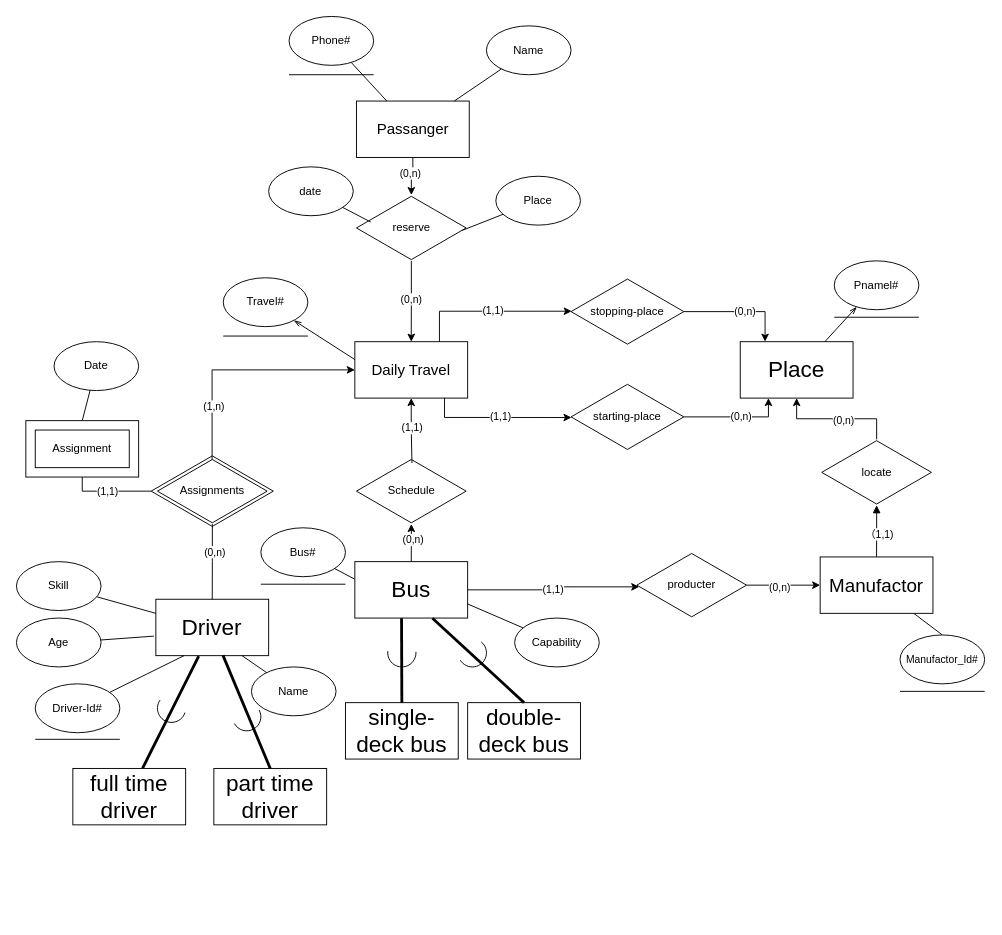
turswiming/drawio_file keeps this draw.io diagram as page "QB_1" (2 of 3) of databasemgrCourse/assignment1.drawio. Above is the earlier version. Source tidied: cells renumbered, new cells numbered last; positions are measured from the earlier drawing's top-left corner, leaving out a move shared by most shapes. Both pictures are drawn from the tidied source at 94%, with x=0, y=0 at pixel (16, 16).
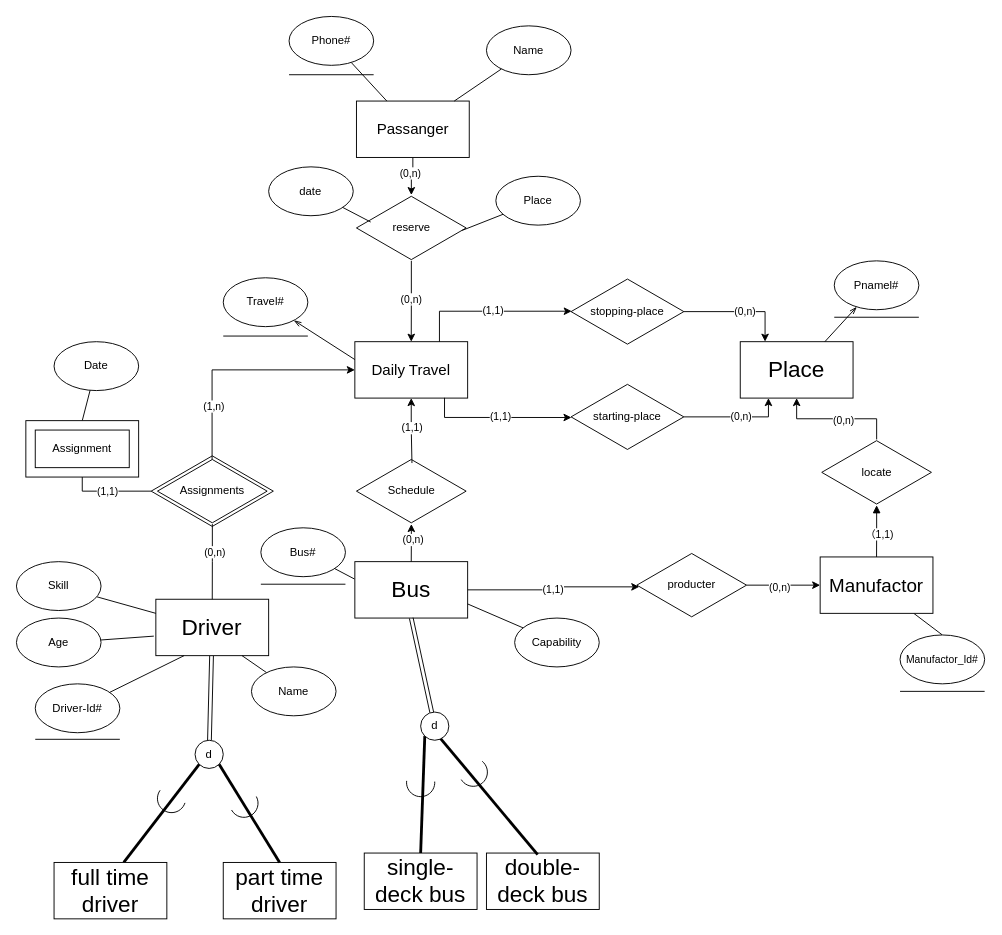
Above is the later version.

The change refers to these unchanged cells:
```xml
<mxCell id="3" value="&lt;font style=&quot;font-size: 24px;&quot;&gt;Bus&lt;/font&gt;" style="rounded=0;whiteSpace=wrap;html=1;" parent="1" vertex="1">
  <mxGeometry x="360" y="580" width="120" height="60" as="geometry" />
</mxCell>
<mxCell id="7" value="&lt;font style=&quot;font-size: 24px;&quot;&gt;Driver&lt;/font&gt;" style="rounded=0;whiteSpace=wrap;html=1;" parent="1" vertex="1">
  <mxGeometry x="148.3" y="620" width="120" height="60" as="geometry" />
</mxCell>
```

Change to the diagram source:
```diff
@@
-    <mxCell id="6" style="rounded=0;jettySize=auto;html=1;strokeWidth=3;endArrow=none;endFill=0;exitX=0.38;exitY=1.007;exitDx=0;exitDy=0;exitPerimeter=0;entryX=0.618;entryY=-0.002;entryDx=0;entryDy=0;entryPerimeter=0;" parent="1" edge="1" source="7" target="68">
+    <mxCell id="6" style="rounded=0;jettySize=auto;html=1;strokeWidth=3;endArrow=none;endFill=0;entryX=0.618;entryY=-0.002;entryDx=0;entryDy=0;entryPerimeter=0;exitX=0;exitY=1;exitDx=0;exitDy=0;" parent="1" edge="1" source="95" target="68">
       <mxGeometry relative="1" as="geometry" />
     </mxCell>
+    <mxCell id="94" style="rounded=0;jettySize=auto;html=1;endArrow=none;endFill=0;shape=link;" parent="1" edge="1" source="7" target="95">
+      <mxGeometry relative="1" as="geometry" />
+    </mxCell>
@@
     <mxCell id="68" value="&lt;font style=&quot;font-size: 24px;&quot;&gt;full time driver&lt;/font&gt;" style="rounded=0;whiteSpace=wrap;html=1;" parent="1" vertex="1">
-      <mxGeometry x="60" y="800" width="120" height="60" as="geometry" />
+      <mxGeometry x="40" y="900" width="120" height="60" as="geometry" />
     </mxCell>
     <mxCell id="69" value="&lt;font style=&quot;font-size: 24px;&quot;&gt;part time driver&lt;/font&gt;" style="rounded=0;whiteSpace=wrap;html=1;" parent="1" vertex="1">
-      <mxGeometry x="210" y="800" width="120" height="60" as="geometry" />
+      <mxGeometry x="220" y="900" width="120" height="60" as="geometry" />
     </mxCell>
-    <mxCell id="70" style="rounded=0;jettySize=auto;html=1;strokeWidth=3;endArrow=none;endFill=0;exitX=0.595;exitY=0.995;exitDx=0;exitDy=0;exitPerimeter=0;entryX=0.5;entryY=0;entryDx=0;entryDy=0;" parent="1" edge="1" source="7" target="69">
+    <mxCell id="70" style="rounded=0;jettySize=auto;html=1;strokeWidth=3;endArrow=none;endFill=0;entryX=0.5;entryY=0;entryDx=0;entryDy=0;exitX=1;exitY=1;exitDx=0;exitDy=0;" parent="1" edge="1" source="95" target="69">
       <mxGeometry relative="1" as="geometry" />
     </mxCell>
     <mxCell id="71" value="&lt;font style=&quot;font-size: 24px;&quot;&gt;single-deck bus&lt;/font&gt;" style="rounded=0;whiteSpace=wrap;html=1;" parent="1" vertex="1">
-      <mxGeometry x="350" y="730" width="120" height="60" as="geometry" />
+      <mxGeometry x="370" y="890" width="120" height="60" as="geometry" />
     </mxCell>
     <mxCell id="72" value="&lt;font style=&quot;font-size: 24px;&quot;&gt;double-deck bus&lt;/font&gt;" style="rounded=0;whiteSpace=wrap;html=1;" parent="1" vertex="1">
-      <mxGeometry x="480" y="730" width="120" height="60" as="geometry" />
+      <mxGeometry x="500" y="890" width="120" height="60" as="geometry" />
     </mxCell>
-    <mxCell id="73" style="rounded=0;jettySize=auto;html=1;strokeWidth=3;endArrow=none;endFill=0;exitX=0.414;exitY=1.004;exitDx=0;exitDy=0;exitPerimeter=0;entryX=0.5;entryY=0;entryDx=0;entryDy=0;" parent="1" edge="1" source="3" target="71">
+    <mxCell id="73" style="rounded=0;jettySize=auto;html=1;strokeWidth=3;endArrow=none;endFill=0;exitX=0;exitY=1;exitDx=0;exitDy=0;entryX=0.5;entryY=0;entryDx=0;entryDy=0;" parent="1" edge="1" source="97" target="71">
       <mxGeometry relative="1" as="geometry" />
     </mxCell>
-    <mxCell id="74" style="rounded=0;jettySize=auto;html=1;strokeWidth=3;endArrow=none;endFill=0;exitX=0.688;exitY=1.003;exitDx=0;exitDy=0;exitPerimeter=0;entryX=0.5;entryY=0;entryDx=0;entryDy=0;" parent="1" edge="1" source="3" target="72">
+    <mxCell id="74" style="rounded=0;jettySize=auto;html=1;strokeWidth=3;endArrow=none;endFill=0;exitX=0.671;exitY=0.895;exitDx=0;exitDy=0;entryX=0.454;entryY=0.029;entryDx=0;entryDy=0;exitPerimeter=0;entryPerimeter=0;" parent="1" edge="1" source="97" target="72">
       <mxGeometry relative="1" as="geometry" />
     </mxCell>
@@
     <mxCell id="90" style="verticalLabelPosition=bottom;verticalAlign=top;html=1;shape=mxgraph.basic.arc;startAngle=0.3;endAngle=0.8493614271007563;" parent="1" vertex="1">
-      <mxGeometry x="150" y="721" width="30" height="30" as="geometry" />
+      <mxGeometry x="150" y="817" width="30" height="30" as="geometry" />
     </mxCell>
     <mxCell id="91" style="verticalLabelPosition=bottom;verticalAlign=top;html=1;shape=mxgraph.basic.arc;startAngle=0.17113050160726945;endAngle=0.6702919322796015;" parent="1" vertex="1">
-      <mxGeometry x="230" y="730" width="30" height="30" as="geometry" />
+      <mxGeometry x="227" y="822" width="30" height="30" as="geometry" />
     </mxCell>
     <mxCell id="92" style="verticalLabelPosition=bottom;verticalAlign=top;html=1;shape=mxgraph.basic.arc;startAngle=0.23904114936378454;endAngle=0.7690077039239749;" parent="1" vertex="1">
-      <mxGeometry x="395" y="662" width="30" height="30" as="geometry" />
+      <mxGeometry x="415" y="800" width="30" height="30" as="geometry" />
     </mxCell>
     <mxCell id="93" style="verticalLabelPosition=bottom;verticalAlign=top;html=1;shape=mxgraph.basic.arc;startAngle=0.10913724128472323;endAngle=0.661982311978176;" parent="1" vertex="1">
-      <mxGeometry x="470" y="662" width="30" height="30" as="geometry" />
+      <mxGeometry x="471" y="789" width="30" height="30" as="geometry" />
     </mxCell>
+    <mxCell id="95" value="d" style="ellipse;whiteSpace=wrap;html=1;" parent="1" vertex="1">
+      <mxGeometry x="190" y="770" width="30" height="30" as="geometry" />
+    </mxCell>
+    <mxCell id="96" style="rounded=0;jettySize=auto;html=1;endArrow=none;endFill=0;shape=link;exitX=0.5;exitY=1;exitDx=0;exitDy=0;" parent="1" edge="1" source="3" target="97">
+      <mxGeometry relative="1" as="geometry" />
+    </mxCell>
+    <mxCell id="97" value="d" style="ellipse;whiteSpace=wrap;html=1;" parent="1" vertex="1">
+      <mxGeometry x="430" y="740" width="30" height="30" as="geometry" />
+    </mxCell>
```
